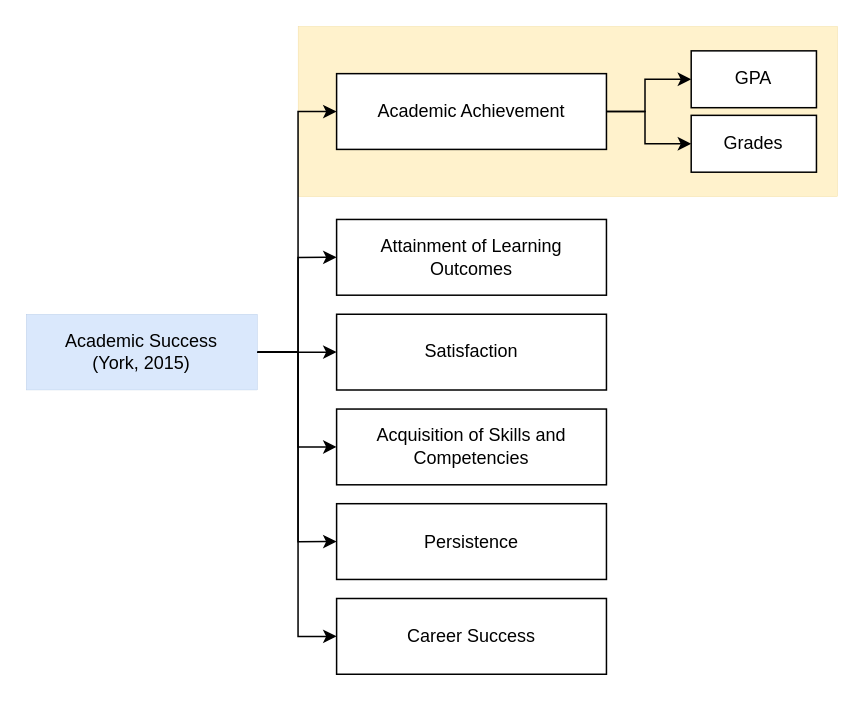
rianromad/Image-Storage keeps this draw.io diagram as page "Bagan PPT" (4 of 4) of Pengolahan Data Skripsi.drawio. Above is the earlier version. Source tidied: cells renumbered, new cells numbered last; positions are measured from the earlier drawing's top-left corner, leaving out a move shared by most shapes. Both pictures are drawn from the tidied source at 150%, with x=0, y=0 at pixel (26, 26).
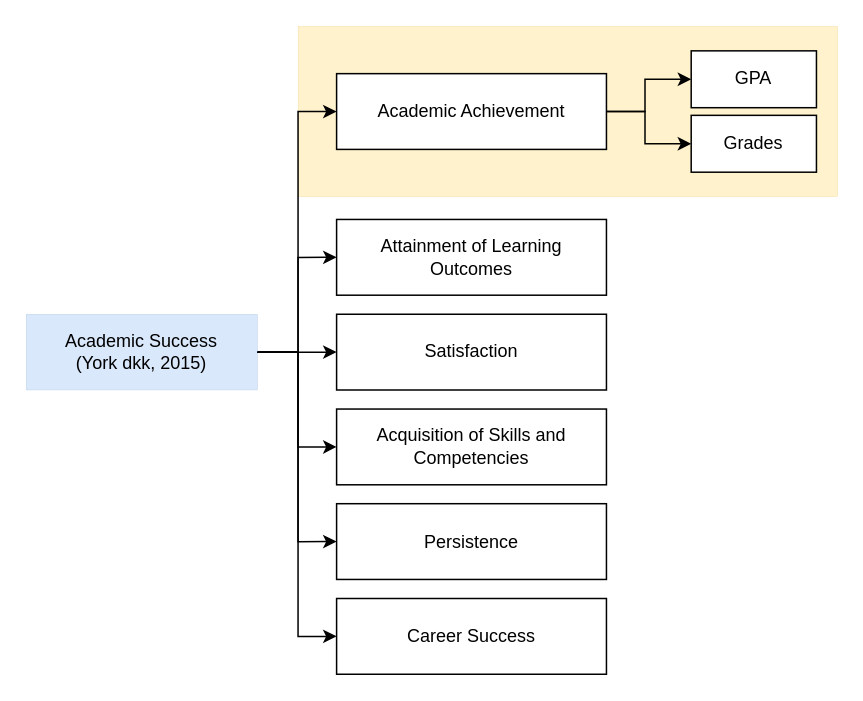
The same page after the edit.

The change refers to these unchanged cells:
```xml
<mxCell id="2" style="group;" parent="1" vertex="1">
  <mxGeometry width="541" height="432" as="geometry" />
</mxCell>
```

What changed in the source:
```diff
@@
-    <mxCell id="4" value="Academic Success&lt;br&gt;(York, 2015)" style="rounded=0;whiteSpace=wrap;html=1;fillColor=#dae8fc;strokeColor=#6c8ebf;strokeWidth=0;" parent="2" vertex="1">
+    <mxCell id="4" value="Academic Success&lt;br&gt;(York dkk, 2015)" style="rounded=0;whiteSpace=wrap;html=1;fillColor=#dae8fc;strokeColor=#6c8ebf;strokeWidth=0;" parent="2" vertex="1">
       <mxGeometry y="192" width="154.2" height="50.5" as="geometry" />
     </mxCell>
```
